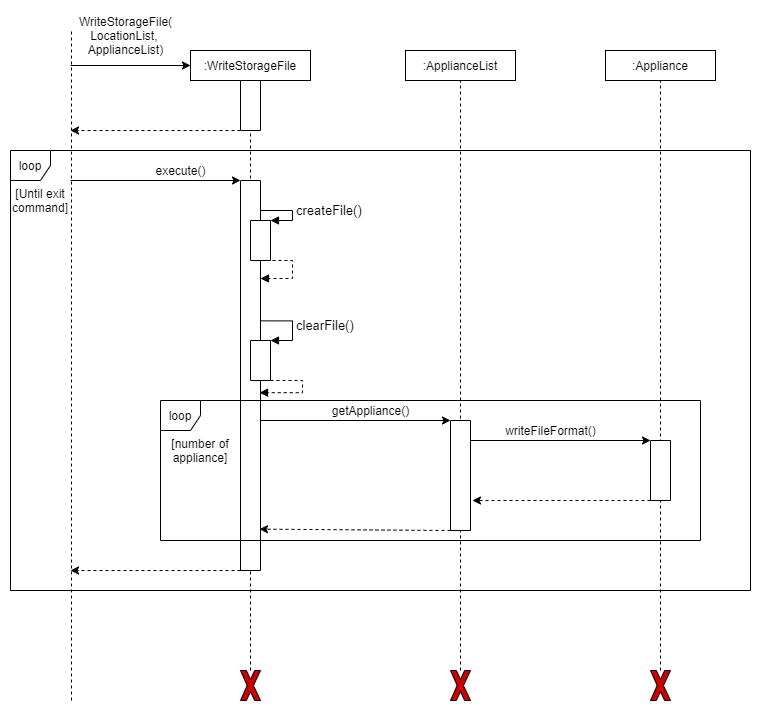
Earlier version of the draw.io export docs/images/diagrams/Sequence_WriteStorageFile.png (nus-cs2113-AY2021S1/tp). Source tidied: cells renumbered, new cells last; positions are measured from the earlier drawing's top-left corner, leaving out a move shared by most shapes.
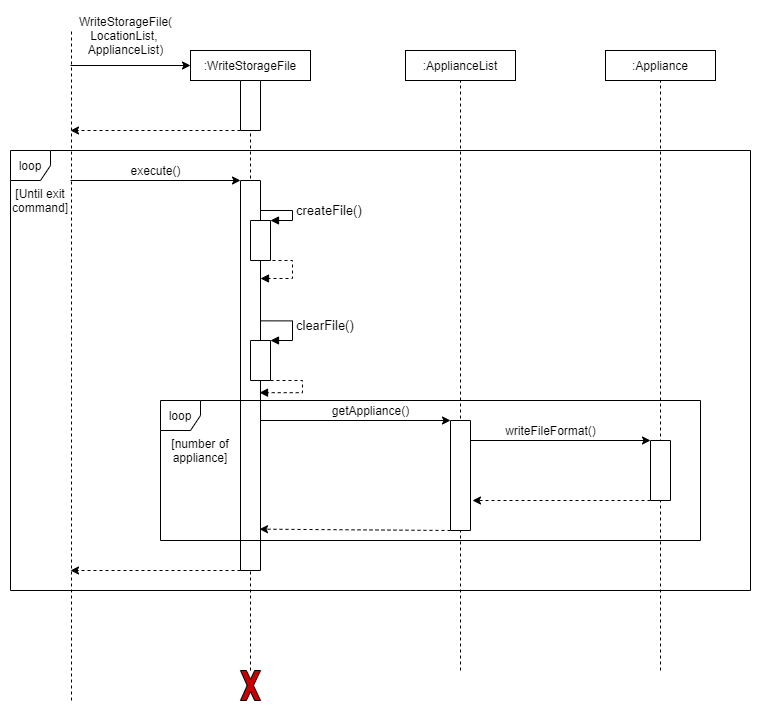
After the change.

Commit message:
AddCommand, DeleteCommand, Storage Files, ResetCommand, UsageCommand updates for DG

The edit, as a diff of the source:
```diff
@@ -2,11 +2,16 @@
   <root>
     <mxCell id="0" />
     <mxCell id="1" parent="0" />
+    <mxCell id="42" value="loop" style="shape=umlFrame;whiteSpace=wrap;html=1;width=40;height=30;" parent="1" vertex="1">
+      <mxGeometry y="140" width="740" height="440" as="geometry" />
+    </mxCell>
     <mxCell id="2" style="endArrow=none;dashed=1;html=1;entryX=1;entryY=0.5;entryDx=0;entryDy=0;" parent="1" edge="1" source="27" target="33">
       <mxGeometry relative="1" as="geometry" />
     </mxCell>
-    <mxCell id="3" style="endArrow=none;dashed=1;html=1;entryX=0.5;entryY=1;entryDx=0;entryDy=0;" parent="1" edge="1" source="31" target="22">
-      <mxGeometry relative="1" as="geometry" />
+    <mxCell id="3" style="endArrow=none;dashed=1;html=1;entryX=0.5;entryY=1;entryDx=0;entryDy=0;" parent="1" edge="1" target="22">
+      <mxGeometry relative="1" as="geometry">
+        <mxPoint x="650" y="660" as="sourcePoint" />
+      </mxGeometry>
     </mxCell>
     <mxCell id="4" style="endArrow=none;dashed=1;html=1;entryX=0.5;entryY=1;entryDx=0;entryDy=0;" parent="1" edge="1" source="33" target="5">
       <mxGeometry relative="1" as="geometry" />
@@ -48,7 +53,7 @@
       </mxGeometry>
     </mxCell>
     <mxCell id="14" value="execute()" style="text;html=1;align=center;verticalAlign=middle;" parent="1" vertex="1">
-      <mxGeometry x="135" y="150" width="70" height="20" as="geometry" />
+      <mxGeometry x="110" y="150" width="70" height="20" as="geometry" />
     </mxCell>
     <mxCell id="15" style="endArrow=classic;html=1;exitX=1;exitY=0;exitDx=0;exitDy=0;dashed=1;" parent="1" edge="1" source="6">
       <mxGeometry relative="1" as="geometry">
@@ -82,8 +87,10 @@
     <mxCell id="22" value=":Appliance" style="rounded=0;whiteSpace=wrap;html=1;" parent="1" vertex="1">
       <mxGeometry x="595" y="40" width="110" height="30" as="geometry" />
     </mxCell>
-    <mxCell id="23" style="endArrow=none;dashed=1;html=1;entryX=0.5;entryY=1;entryDx=0;entryDy=0;" parent="1" edge="1" source="29" target="21">
-      <mxGeometry relative="1" as="geometry" />
+    <mxCell id="23" style="endArrow=none;dashed=1;html=1;entryX=0.5;entryY=1;entryDx=0;entryDy=0;" parent="1" edge="1" target="21">
+      <mxGeometry relative="1" as="geometry">
+        <mxPoint x="450" y="660" as="sourcePoint" />
+      </mxGeometry>
     </mxCell>
     <mxCell id="24" style="rounded=0;whiteSpace=wrap;html=1;direction=south;" parent="1" vertex="1">
       <mxGeometry x="440" y="410" width="20" height="110" as="geometry" />
@@ -102,20 +109,16 @@
         <mxPoint x="240" y="690" as="sourcePoint" />
       </mxGeometry>
     </mxCell>
-    <mxCell id="29" style="verticalLabelPosition=bottom;verticalAlign=top;html=1;shape=mxgraph.basic.x;fillColor=#CC0000;" parent="1" vertex="1">
-      <mxGeometry x="440" y="660" width="20" height="30" as="geometry" />
-    </mxCell>
-    <mxCell id="30" style="endArrow=none;dashed=1;html=1;entryX=0.5;entryY=1;entryDx=0;entryDy=0;" parent="1" edge="1" target="29">
+    <mxCell id="30" style="endArrow=none;dashed=1;html=1;entryX=0.5;entryY=1;entryDx=0;entryDy=0;" parent="1" edge="1">
       <mxGeometry relative="1" as="geometry">
         <mxPoint x="450" y="690" as="sourcePoint" />
+        <mxPoint x="450" y="690" as="targetPoint" />
       </mxGeometry>
     </mxCell>
-    <mxCell id="31" style="verticalLabelPosition=bottom;verticalAlign=top;html=1;shape=mxgraph.basic.x;fillColor=#CC0000;" parent="1" vertex="1">
-      <mxGeometry x="640" y="660" width="20" height="30" as="geometry" />
-    </mxCell>
-    <mxCell id="32" style="endArrow=none;dashed=1;html=1;entryX=0.5;entryY=1;entryDx=0;entryDy=0;" parent="1" edge="1" target="31">
+    <mxCell id="32" style="endArrow=none;dashed=1;html=1;entryX=0.5;entryY=1;entryDx=0;entryDy=0;" parent="1" edge="1">
       <mxGeometry relative="1" as="geometry">
         <mxPoint x="650" y="690" as="sourcePoint" />
+        <mxPoint x="650" y="690" as="targetPoint" />
       </mxGeometry>
     </mxCell>
     <mxCell id="33" style="rounded=0;whiteSpace=wrap;html=1;direction=south;" parent="1" vertex="1">
@@ -172,8 +175,5 @@
         </Array>
       </mxGeometry>
     </mxCell>
-    <mxCell id="42" value="loop" style="shape=umlFrame;whiteSpace=wrap;html=1;width=40;height=30;" parent="1" vertex="1">
-      <mxGeometry y="140" width="740" height="440" as="geometry" />
-    </mxCell>
   </root>
 </mxGraphModel>
```
